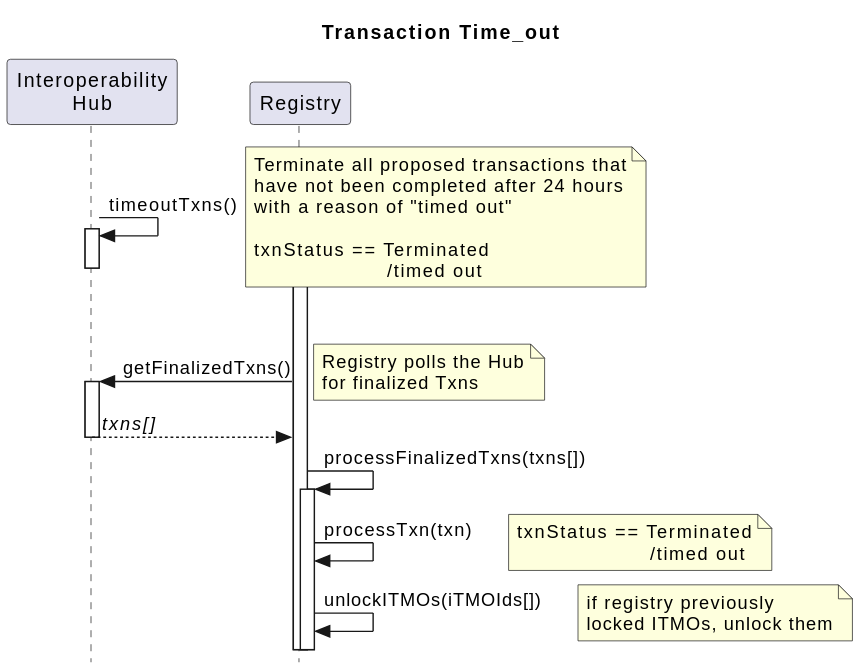
Before: diagrams/TxnTime_out_Sequence.svg, a diagram exported from PlantUML (frankcnng/CARP).
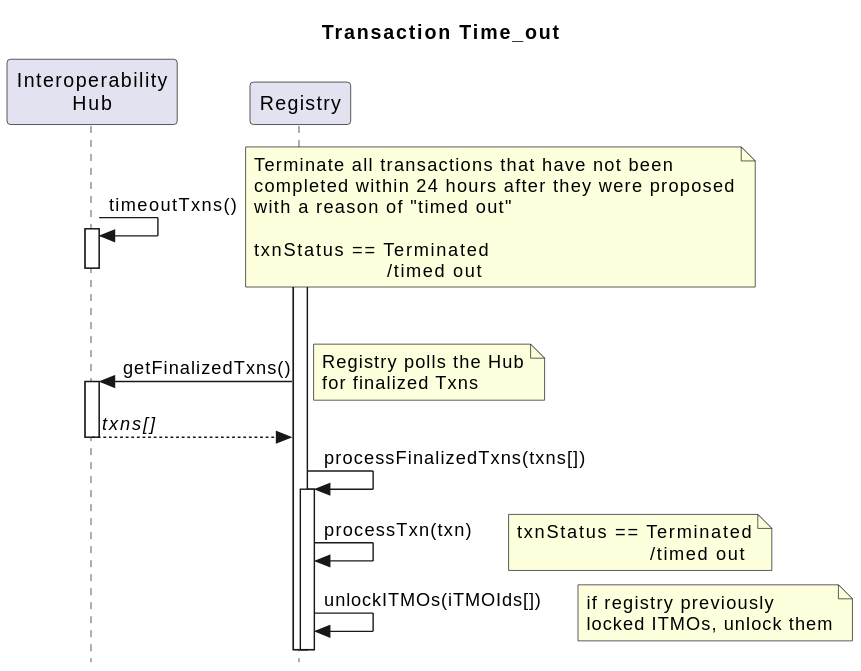
After the commit.

What changed in the source:
```diff
@@ -7,7 +7,7 @@
 participant "Registry" as Reg
 
 Hub -> Hub++: timeoutTxns()
-note right: Terminate all proposed transactions that\nhave not been completed after 24 hours\nwith a reason of "timed out"\n\ntxnStatus == Terminated\n                       /timed out
+note right: Terminate all transactions that have not been\ncompleted within 24 hours after they were proposed\nwith a reason of "timed out"\n\ntxnStatus == Terminated\n                       /timed out
 deactivate Hub
 
 activate Reg
```
